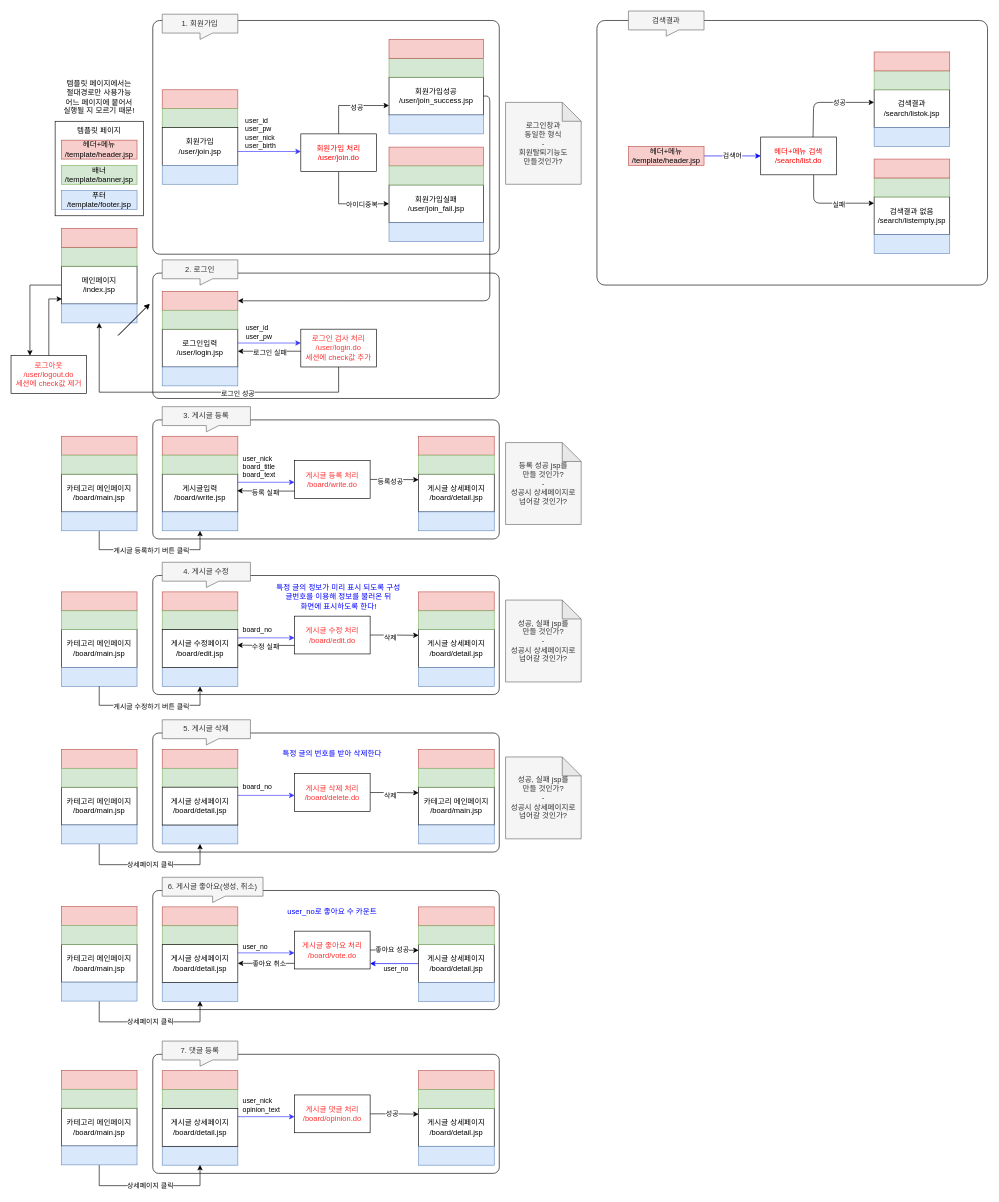
The draw.io diagram Untitled Diagram.drawio in chae0591/kh4semi, before the edit. Source tidied: cells renumbered, new cells numbered last; positions are measured from the earlier drawing's top-left corner, leaving out a move shared by most shapes. Both pictures are drawn from the tidied source at 63%, with x=0, y=0 at pixel (11, 11).
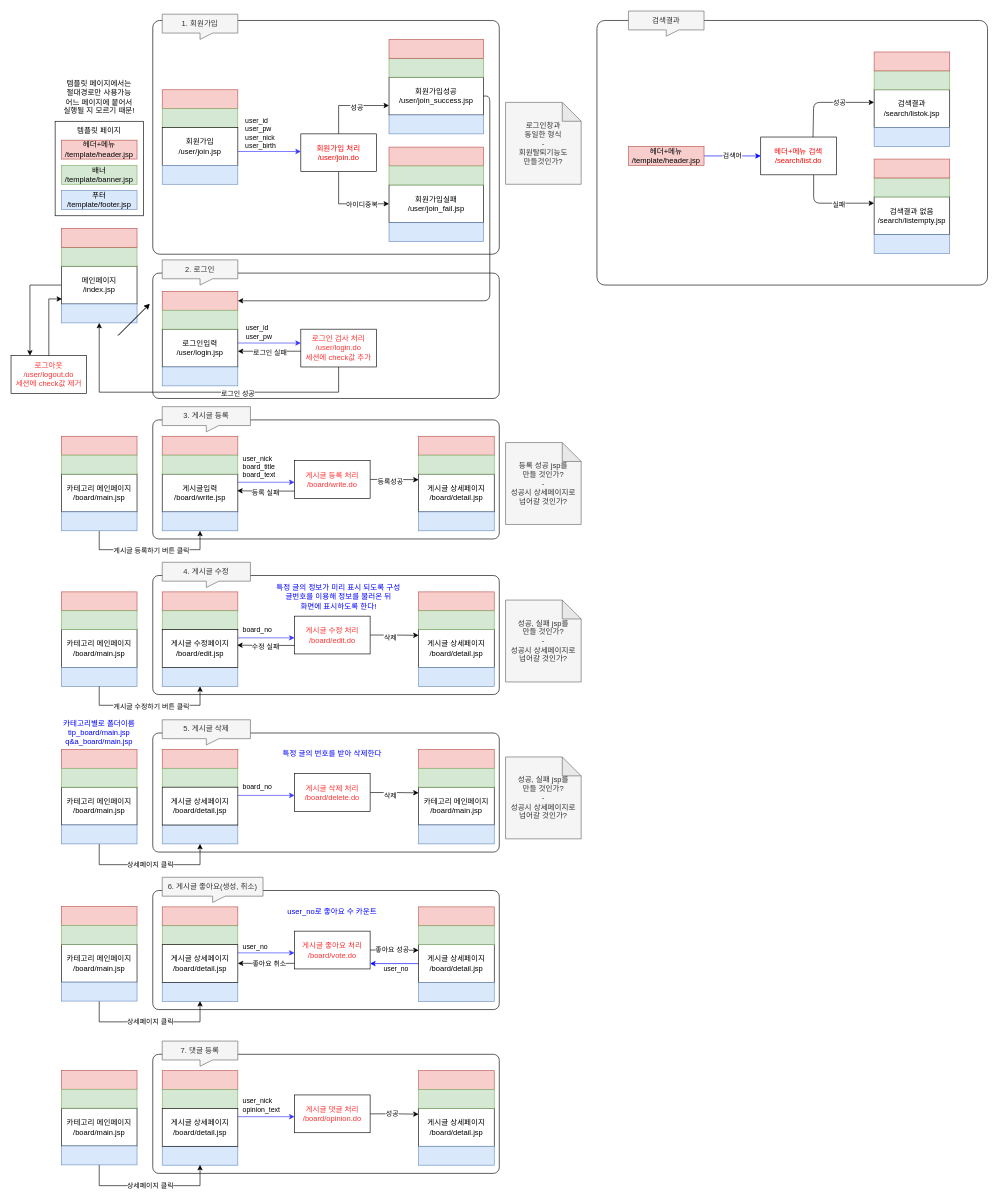
The same page after the edit.

What changed in the source:
```diff
@@
+    <mxCell id="191" value="카테고리별로 폴더이름&lt;br&gt;tip_board/main.jsp&lt;br&gt;q&amp;amp;a_board/main.jsp" style="text;html=1;strokeColor=none;fillColor=none;align=center;verticalAlign=middle;whiteSpace=wrap;rounded=0;fontStyle=0;fontColor=#0000FF;" parent="1" vertex="1">
+      <mxGeometry x="45" y="1130.8" width="190" height="28.5" as="geometry" />
+    </mxCell>
```
